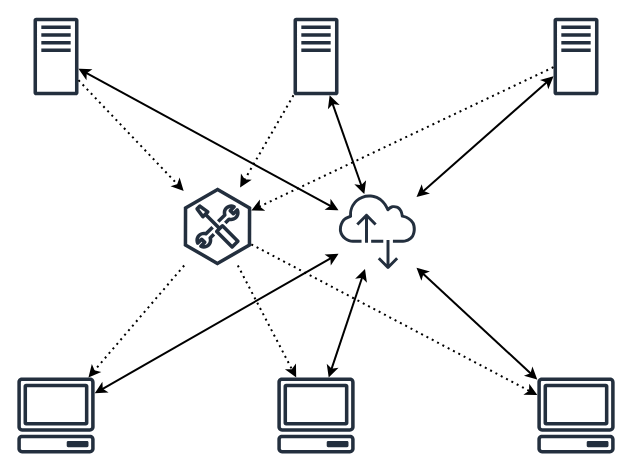
This is 一种基于分布式系统的消息推送方法.drawio from Eurkon/Diagrams, a draw.io file, before an edit. Source tidied: cells renumbered, new cells numbered last; positions are measured from the earlier drawing's top-left corner, leaving out a move shared by most shapes. Both pictures are drawn from the tidied source at 100%, with x=0, y=0 at pixel (17, 17).
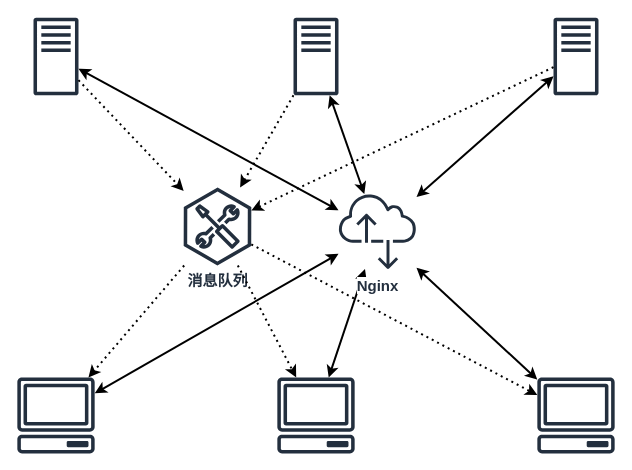
The same diagram, later.

Commit message (it also covers changes not shown here):
更新一种基于分布式系统的消息推送方法.drawio

Diff of the diagram source:
```diff
@@
-    <mxCell id="8" style="outlineConnect=0;fontColor=#232F3E;gradientColor=none;fillColor=#232F3E;strokeColor=none;dashed=0;verticalLabelPosition=bottom;verticalAlign=top;align=center;html=1;fontSize=12;fontStyle=0;shape=mxgraph.aws4.external_toolkit;" parent="1" vertex="1">
+    <mxCell id="8" value="&lt;font style=&quot;background-color: rgb(255 , 255 , 255) ; font-size: 15px&quot;&gt;&lt;b&gt;消息队列&lt;/b&gt;&lt;/font&gt;" style="outlineConnect=0;fontColor=#232F3E;gradientColor=none;fillColor=#232F3E;strokeColor=none;dashed=0;verticalLabelPosition=bottom;verticalAlign=top;align=center;html=1;fontSize=12;fontStyle=0;shape=mxgraph.aws4.external_toolkit;" parent="1" vertex="1">
       <mxGeometry x="166" y="170" width="68" height="78" as="geometry" />
     </mxCell>
@@
-    <mxCell id="20" style="outlineConnect=0;fontColor=#232F3E;gradientColor=none;fillColor=#232F3E;strokeColor=none;dashed=0;verticalLabelPosition=bottom;verticalAlign=top;align=center;html=1;fontSize=12;fontStyle=0;shape=mxgraph.aws4.internet_alt2;" parent="1" vertex="1">
+    <mxCell id="20" value="&lt;font size=&quot;1&quot;&gt;&lt;b style=&quot;background-color: rgb(255 , 255 , 255) ; font-size: 15px&quot;&gt;Nginx&lt;/b&gt;&lt;/font&gt;" style="outlineConnect=0;fontColor=#232F3E;gradientColor=none;fillColor=#232F3E;strokeColor=none;dashed=0;verticalLabelPosition=bottom;verticalAlign=top;align=center;html=1;fontSize=12;fontStyle=0;shape=mxgraph.aws4.internet_alt2;" parent="1" vertex="1">
       <mxGeometry x="321" y="175" width="78" height="78" as="geometry" />
     </mxCell>
```
